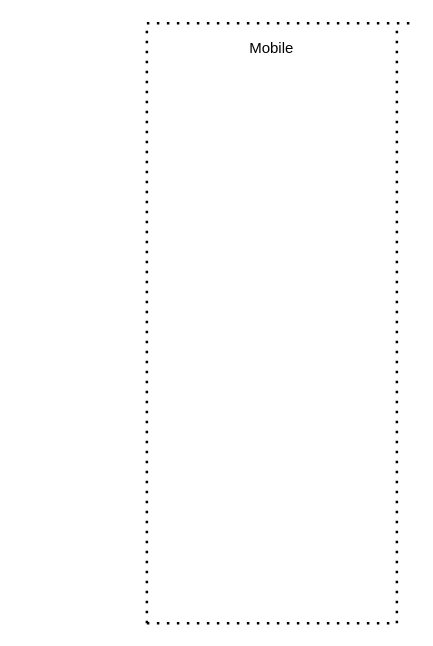
Before: correctedVersion.drawio in ahmad2001hotmailyahoo/ahmad-arc, a draw.io diagram. Source tidied: cells renumbered, new cells numbered last; positions are measured from the earlier drawing's top-left corner, leaving out a move shared by most shapes. Both pictures are drawn from the tidied source at 125%, with x=0, y=0 at pixel (146, 22).
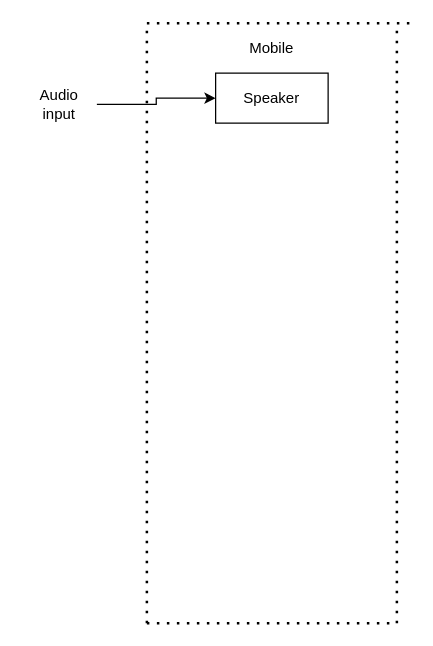
The same page after the edit.

The edit, as a diff of the source:
```diff
@@
 <mxGraphModel>
   <root>
     <mxCell id="0" />
     <mxCell id="1" parent="0" />
     <mxCell id="2" style="endArrow=none;dashed=1;html=1;dashPattern=1 3;strokeWidth=2;rounded=0;" parent="1" edge="1">
       <mxGeometry relative="1" as="geometry">
         <mxPoint y="480" as="sourcePoint" />
         <mxPoint as="targetPoint" />
       </mxGeometry>
     </mxCell>
     <mxCell id="3" style="endArrow=none;dashed=1;html=1;dashPattern=1 3;strokeWidth=2;rounded=0;" parent="1" edge="1">
       <mxGeometry relative="1" as="geometry">
         <mxPoint x="200" y="480" as="sourcePoint" />
         <mxPoint x="200" as="targetPoint" />
       </mxGeometry>
     </mxCell>
     <mxCell id="4" style="endArrow=none;dashed=1;html=1;dashPattern=1 3;strokeWidth=2;rounded=0;" parent="1" edge="1">
       <mxGeometry relative="1" as="geometry">
         <mxPoint as="sourcePoint" />
         <mxPoint x="210" as="targetPoint" />
       </mxGeometry>
     </mxCell>
     <mxCell id="5" style="endArrow=none;dashed=1;html=1;dashPattern=1 3;strokeWidth=2;rounded=0;" parent="1" edge="1">
       <mxGeometry relative="1" as="geometry">
         <mxPoint y="480" as="sourcePoint" />
         <mxPoint x="200" y="480" as="targetPoint" />
       </mxGeometry>
     </mxCell>
     <mxCell id="6" value="Mobile" style="text;html=1;strokeColor=none;fillColor=none;align=center;verticalAlign=middle;whiteSpace=wrap;rounded=0;" parent="1" vertex="1">
       <mxGeometry x="70" y="10" width="60" height="20" as="geometry" />
     </mxCell>
+    <mxCell id="7" style="edgeStyle=orthogonalEdgeStyle;rounded=0;jettySize=auto;html=1;" parent="1" edge="1" source="8" target="9">
+      <mxGeometry relative="1" as="geometry" />
+    </mxCell>
+    <mxCell id="8" value="Audio input" style="text;html=1;strokeColor=none;fillColor=none;align=center;verticalAlign=middle;whiteSpace=wrap;rounded=0;" parent="1" vertex="1">
+      <mxGeometry x="-100" y="50" width="60" height="30" as="geometry" />
+    </mxCell>
+    <mxCell id="9" value="Speaker" style="rounded=0;whiteSpace=wrap;html=1;" parent="1" vertex="1">
+      <mxGeometry x="55" y="40" width="90" height="40" as="geometry" />
+    </mxCell>
   </root>
 </mxGraphModel>
```
